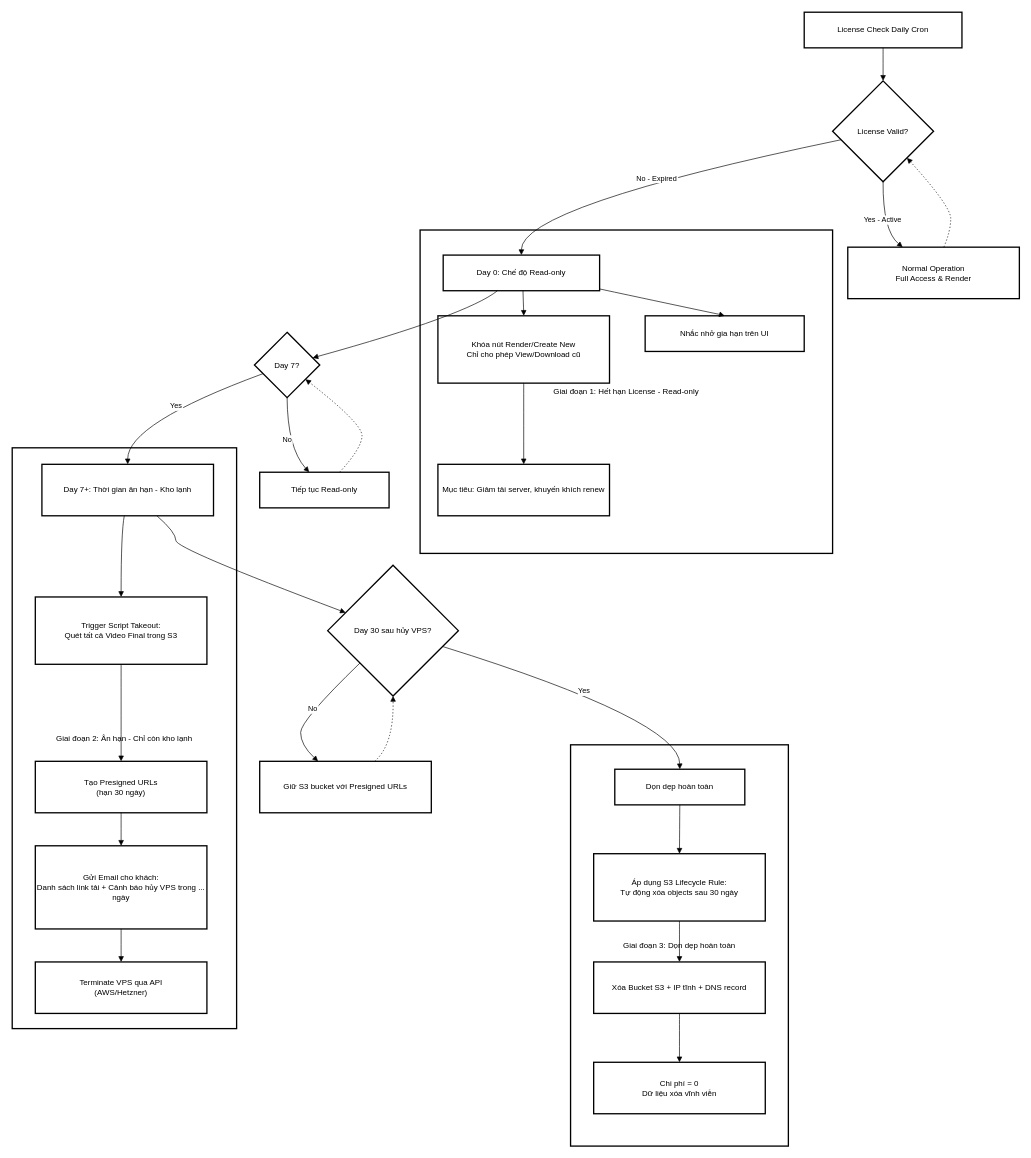
Above: Crownmercado Design System.drawio in vanductan-NLT/system_design-architecture-practice (draw.io), before the change. Source tidied: cells renumbered, new cells numbered last; positions are measured from the earlier drawing's top-left corner, leaving out a move shared by most shapes. Both pictures are drawn from the tidied source at 66%, with x=0, y=0 at pixel (12, 12).
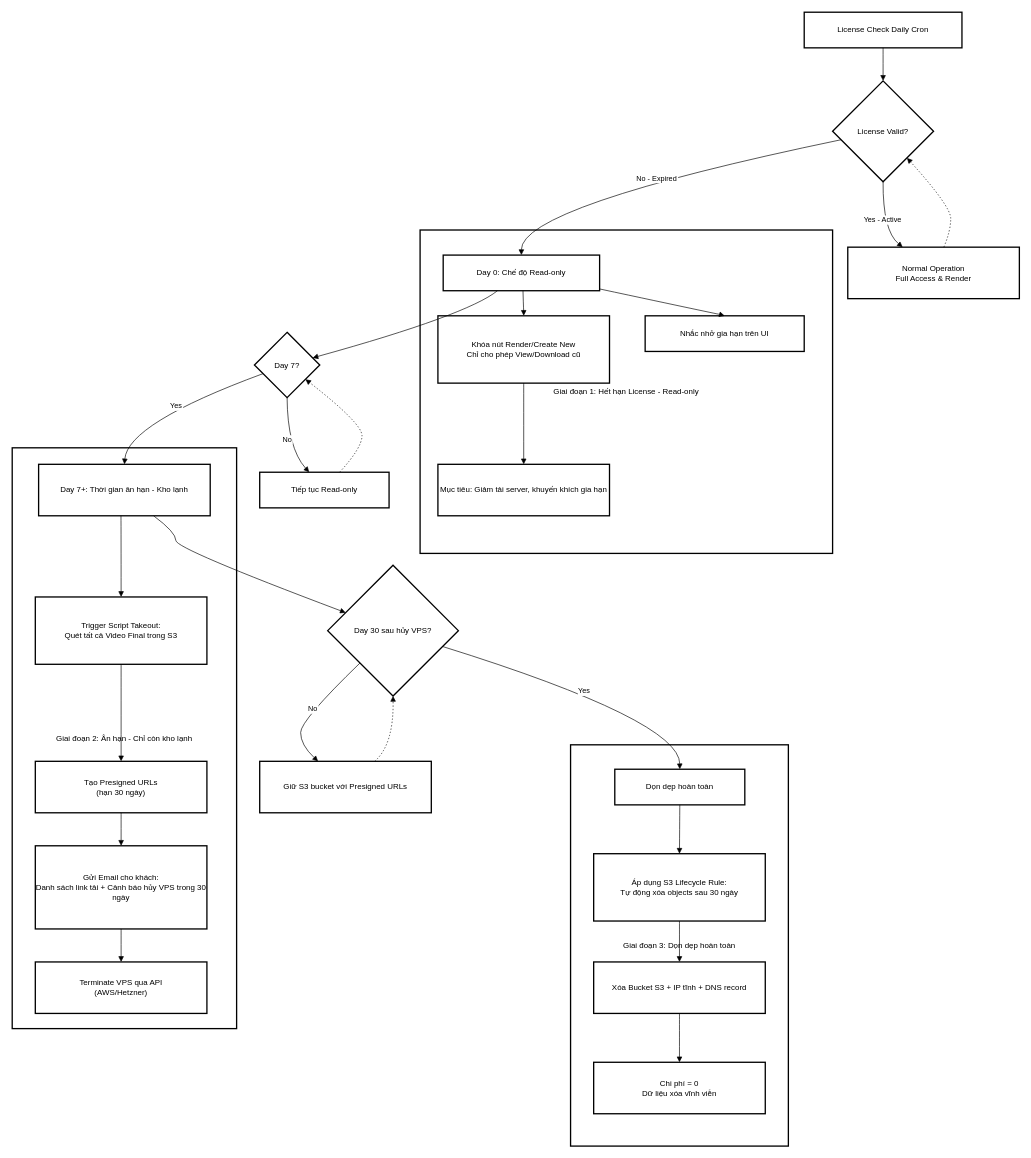
After the change.

What changed in the source:
```diff
@@
-    <mxCell id="11" value="Mục tiêu: Giảm tải server, khuyến khích renew" style="whiteSpace=wrap;strokeWidth=2;" parent="1" vertex="1">
+    <mxCell id="11" value="Mục tiêu: Giảm tải server, khuyến khích gia hạn" style="whiteSpace=wrap;strokeWidth=2;" parent="1" vertex="1">
       <mxGeometry x="645" y="685" width="260" height="78" as="geometry" />
     </mxCell>
@@
     <mxCell id="14" value="Day 7+: Thời gian ân hạn - Kho lạnh" style="whiteSpace=wrap;strokeWidth=2;" parent="1" vertex="1">
-      <mxGeometry x="45" y="685" width="260" height="78" as="geometry" />
+      <mxGeometry x="40" y="685" width="260" height="78" as="geometry" />
     </mxCell>
@@
-    <mxCell id="17" value="Gửi Email cho khách:&#10;Danh sách link tải + Cảnh báo hủy VPS trong ... ngày" style="whiteSpace=wrap;strokeWidth=2;" parent="1" vertex="1">
+    <mxCell id="17" value="Gửi Email cho khách:&#10;Danh sách link tải + Cảnh báo hủy VPS trong 30 ngày" style="whiteSpace=wrap;strokeWidth=2;" parent="1" vertex="1">
       <mxGeometry x="35" y="1263" width="260" height="126" as="geometry" />
     </mxCell>
```
